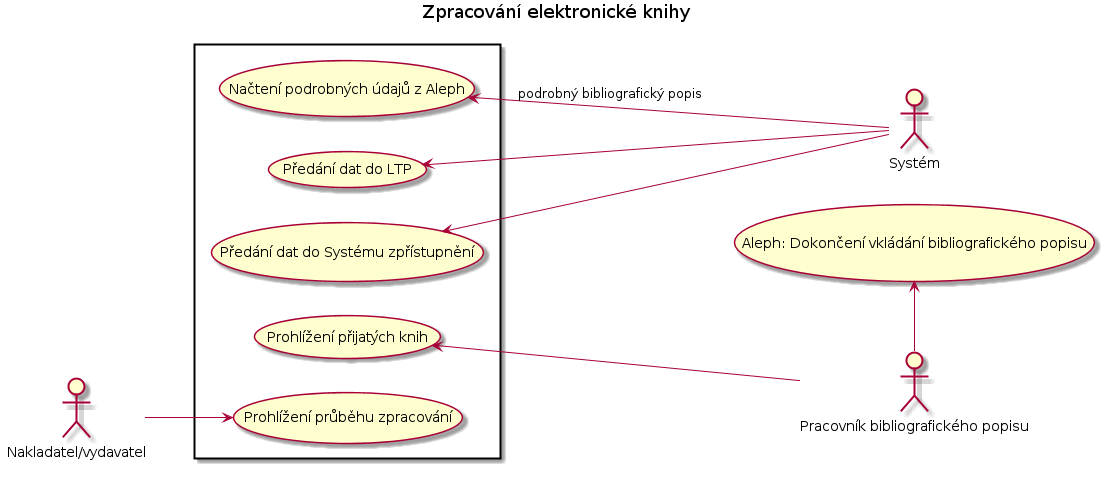
This is docs/uc05.png from edeposit/edeposit.policy, a PlantUML export, as it was before one commit.
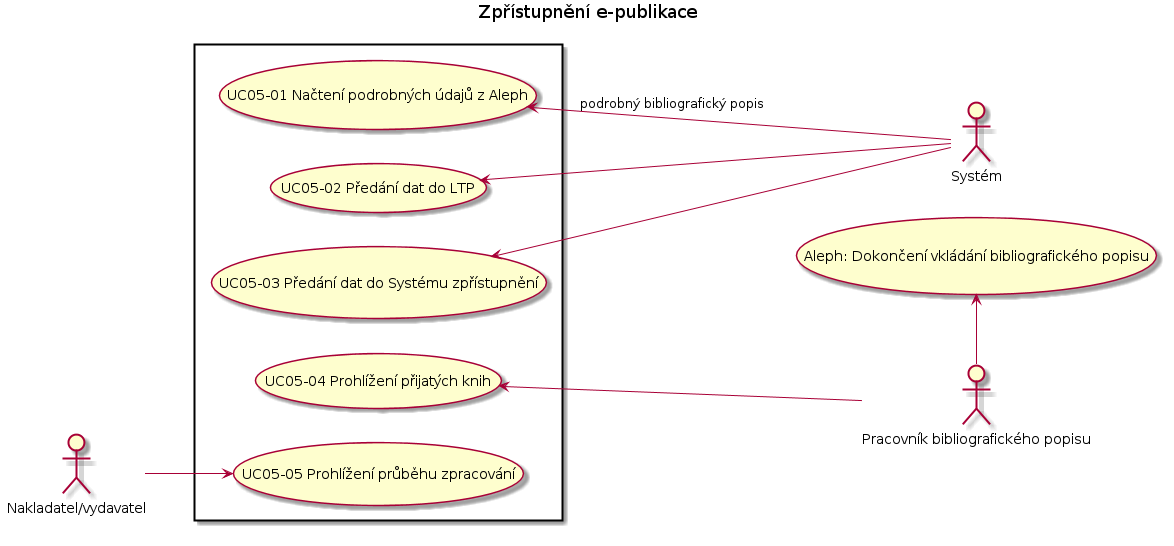
The same diagram one commit later.

Change to the diagram source:
```diff
@@ -1,6 +1,6 @@
 @startuml
 left to right direction
-title Zpracování elektronické knihy
+title Zp?ístupn?ní e-publikace
 skinparam packageStyle rect
 
 actor :Nakladatel/vydavatel:
@@ -8,11 +8,11 @@
 actor :Pracovník bibliografického popisu:
 
 rectangle  {
-	   :Systém: -left-> (Na?tení podrobných údaj? z Aleph) : podrobný bibliografický popis
-	   :Systém: -left-> (P?edání dat do LTP)
-	   :Systém: -left-> (P?edání dat do Systému zp?ístupn?ní)
-	   :Pracovník bibliografického popisu: -left-> (Prohlí?ení p?ijatých knih)
-	   :Nakladatel/vydavatel: -->(Prohlí?ení pr?b?hu zpracování)
+	   :Systém: -left-> (UC05-01 Na?tení podrobných údaj? z Aleph) : podrobný bibliografický popis
+	   :Systém: -left-> (UC05-02 P?edání dat do LTP)
+	   :Systém: -left-> (UC05-03 P?edání dat do Systému zp?ístupn?ní)
+	   :Pracovník bibliografického popisu: -left-> (UC05-04 Prohlí?ení p?ijatých knih)
+	   :Nakladatel/vydavatel: --> (UC05-05 Prohlí?ení pr?b?hu zpracování)
 }
 :Pracovník bibliografického popisu: -left-> (Aleph: Dokon?ení vkládání bibliografického popisu)
 @enduml
```
